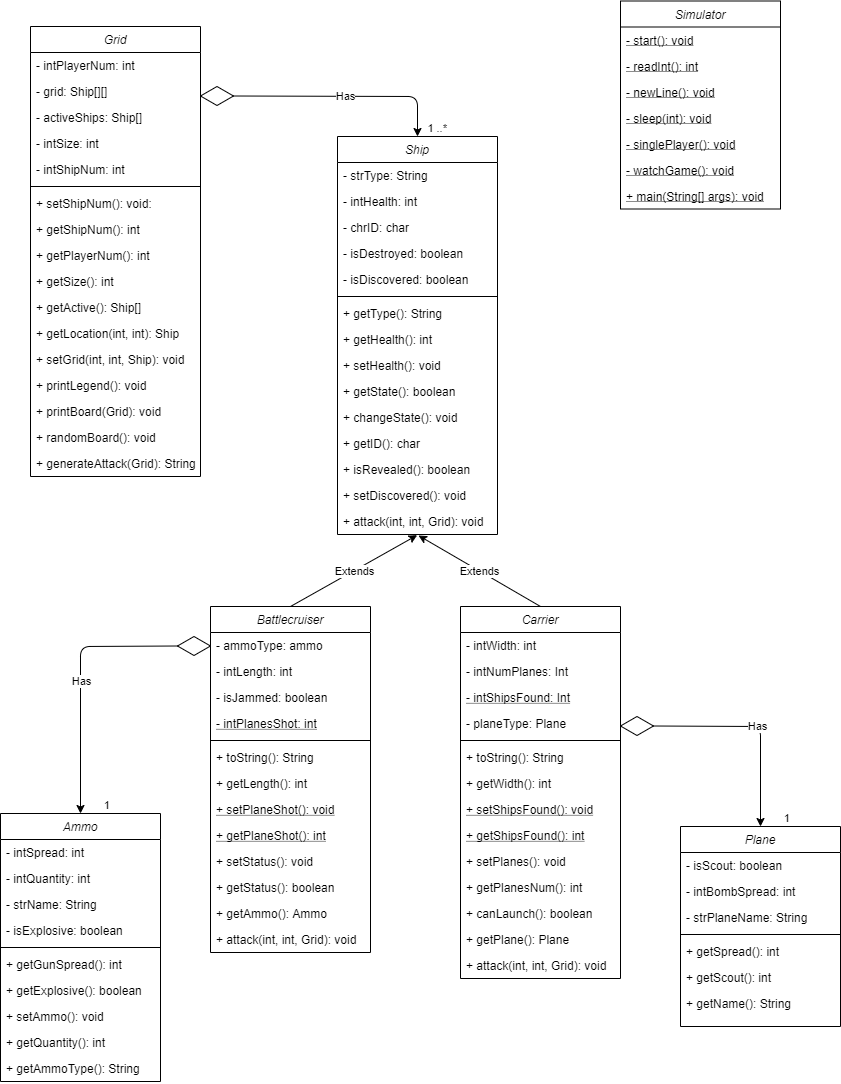
Before: src/Class Diagram.png, a diagram exported from draw.io (SACHSTech/ics4u-oop-assignment-jeffreylin-21). Source tidied: cells renumbered, new cells last; positions are measured from the earlier drawing's top-left corner, leaving out a move shared by most shapes.
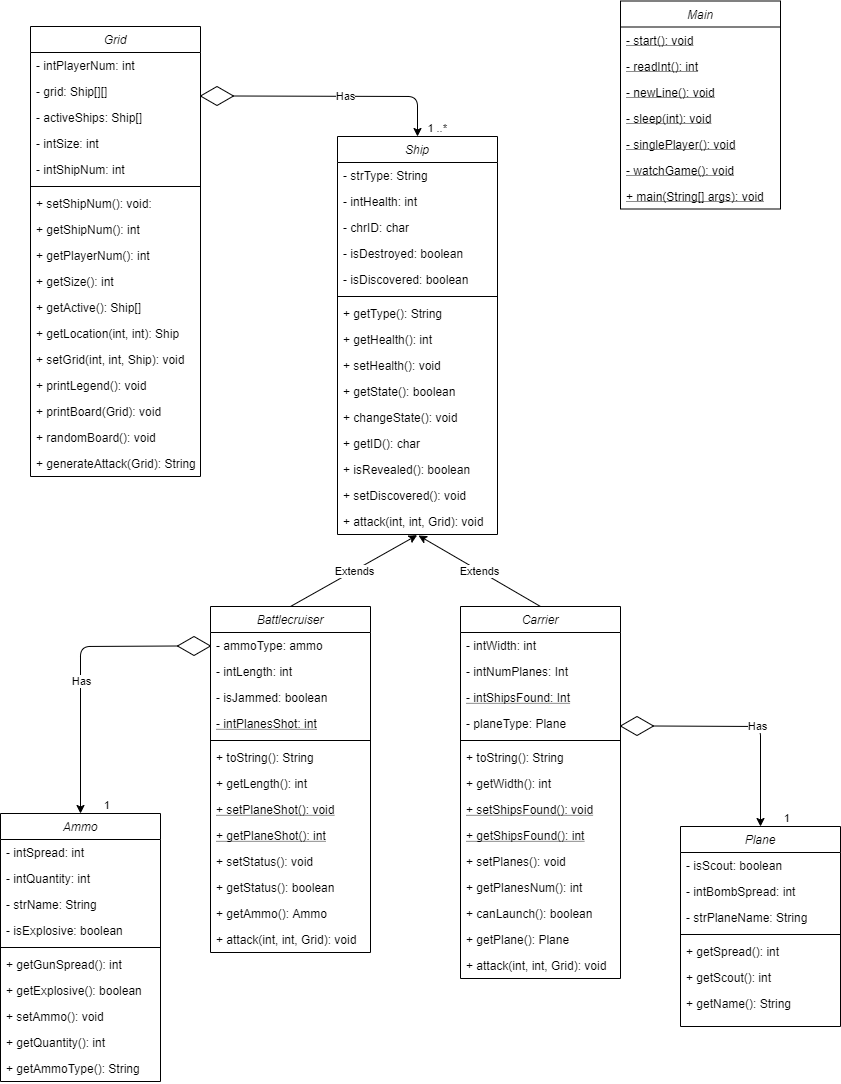
After the change.

Diff of the diagram source:
```diff
@@ -316,7 +316,7 @@
         <mxPoint x="33" as="offset" />
       </mxGeometry>
     </mxCell>
-    <mxCell id="100" value="Simulator" style="swimlane;fontStyle=2;align=center;verticalAlign=top;horizontal=1;startSize=26;rounded=0;shadow=0;strokeWidth=1;" parent="1" vertex="1">
+    <mxCell id="100" value="Main" style="swimlane;fontStyle=2;align=center;verticalAlign=top;horizontal=1;startSize=26;rounded=0;shadow=0;strokeWidth=1;" parent="1" vertex="1">
       <mxGeometry x="620" y="0.5" width="160" height="208" as="geometry" />
     </mxCell>
     <mxCell id="101" value="- start(): void" style="text;align=left;verticalAlign=top;spacingLeft=4;spacingRight=4;overflow=hidden;fontStyle=4;" parent="100" vertex="1">
```
